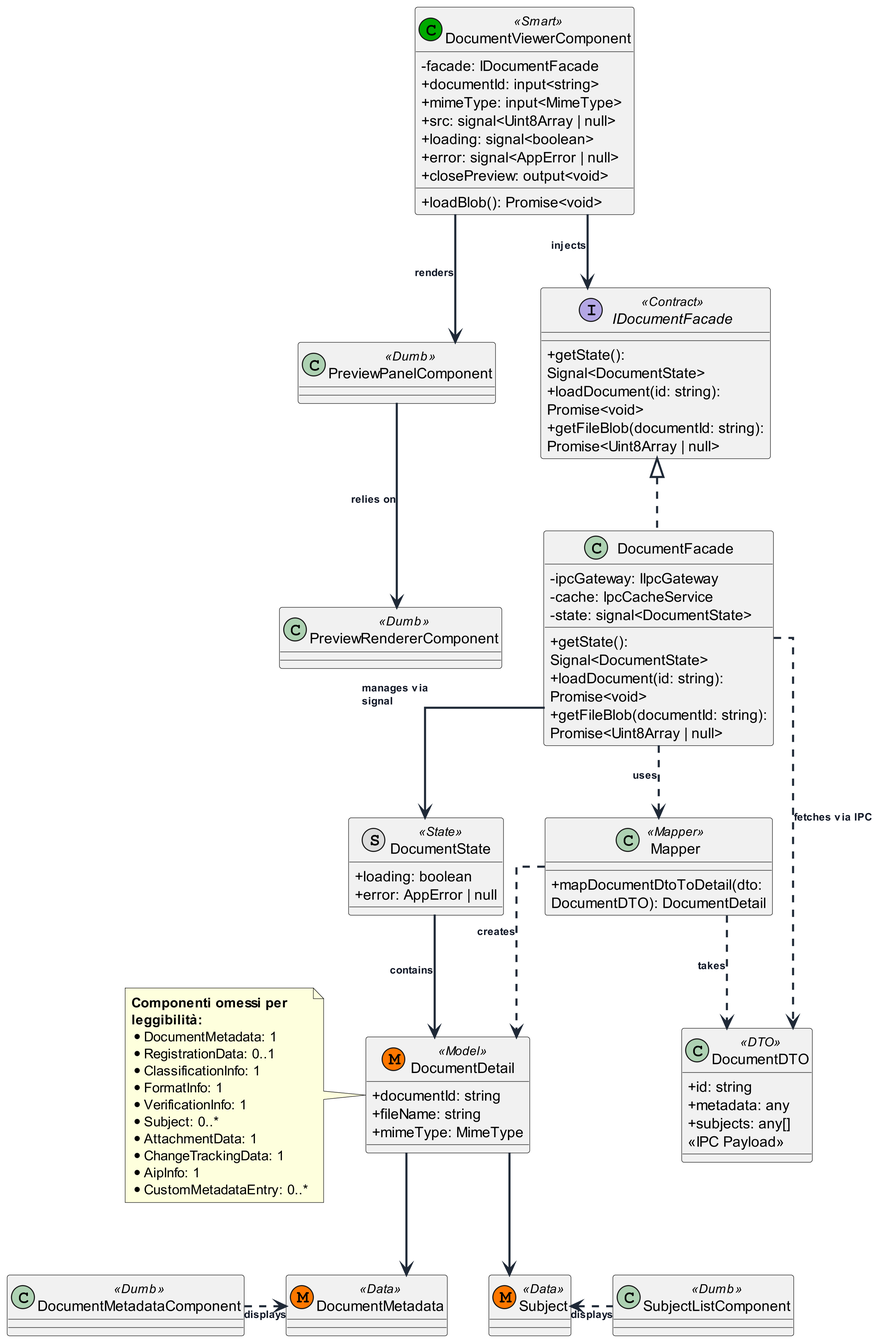
Earlier version of the PlantUML export 3_PB/DocumentiEsterni/DiagrammiSpecificaTecnica/generated_/architecture/c1-c3/C4-Document.png (7-ZPUs/Docs). Source of this version:
```plantuml
@startuml
skinparam dpi 300

skinparam classAttributeIconSize 0
skinparam nodesep 40
skinparam ranksep 70
skinparam classAttributeIconSize 0
skinparam shadowing false
skinparam linetype ortho
skinparam ArrowThickness 2
skinparam ArrowColor #1F2937
skinparam ArrowFontColor #111827
skinparam ArrowFontSize 10
skinparam ArrowFontStyle bold
skinparam defaultTextAlignment left
skinparam wrapWidth 220
skinparam maxMessageSize 80
skinparam handwritten false
skinparam packageStyle rectangle
allowmixing


class DocumentViewerComponent << (C,#00AA00) Smart >> {
  - facade: IDocumentFacade
  + documentId: input<string>
  + mimeType: input<MimeType>
  + src: signal<Uint8Array | null>
  + loading: signal<boolean>
  + error: signal<AppError | null>
  + closePreview: output<void>
  + loadBlob(): Promise<void>
}



  class PreviewPanelComponent << Dumb >>
  class PreviewRendererComponent << Dumb >>

  class DocumentMetadataComponent << Dumb >>

  class SubjectListComponent << Dumb >>


DocumentViewerComponent --> PreviewPanelComponent : renders
PreviewPanelComponent --> PreviewRendererComponent : relies on

interface IDocumentFacade << Contract >> {
  + getState(): Signal<DocumentState>
  + loadDocument(id: string): Promise<void>
  + getFileBlob(documentId: string): Promise<Uint8Array | null>
}

class DocumentFacade implements IDocumentFacade {
  - ipcGateway: IIpcGateway
  - cache: IpcCacheService
  - state: signal<DocumentState>
  + getState(): Signal<DocumentState>
  + loadDocument(id: string): Promise<void>
  + getFileBlob(documentId: string): Promise<Uint8Array | null>
}



DocumentViewerComponent --> IDocumentFacade : injects


class Mapper << Mapper >> {
  + mapDocumentDtoToDetail(dto: DocumentDTO): DocumentDetail
}

class DocumentDTO << DTO >> {
  + id: string
  + metadata: any
  + subjects: any[]
  << IPC Payload >>
}

DocumentFacade ..> Mapper : uses
DocumentFacade ..> DocumentDTO : fetches via IPC
Mapper ..> DocumentDTO : takes
Mapper ..> DocumentDetail : creates

class DocumentState << (S,#DDDDDD) State >> {
  + loading: boolean
  + error: AppError | null
}

class DocumentDetail << (M,#FF7700) Model >> {
  + documentId: string
  + fileName: string
  + mimeType: MimeType
}

note left of DocumentDetail
  <b>Componenti omessi per leggibilità:</b>
  * DocumentMetadata: 1
  * RegistrationData: 0..1
  * ClassificationInfo: 1
  * FormatInfo: 1
  * VerificationInfo: 1
  * Subject: 0..*
  * AttachmentData: 1
  * ChangeTrackingData: 1
  * AipInfo: 1
  * CustomMetadataEntry: 0..*
end note

class DocumentMetadata << (M,#FF7700) Data >>

class Subject << (M,#FF7700) Data >>

DocumentFacade --> DocumentState : manages via signal
DocumentState -->  DocumentDetail : contains

DocumentDetail --> DocumentMetadata


DocumentDetail --> Subject


DocumentMetadataComponent .right.> DocumentMetadata : displays


SubjectListComponent .left.> Subject : displays

@enduml
```
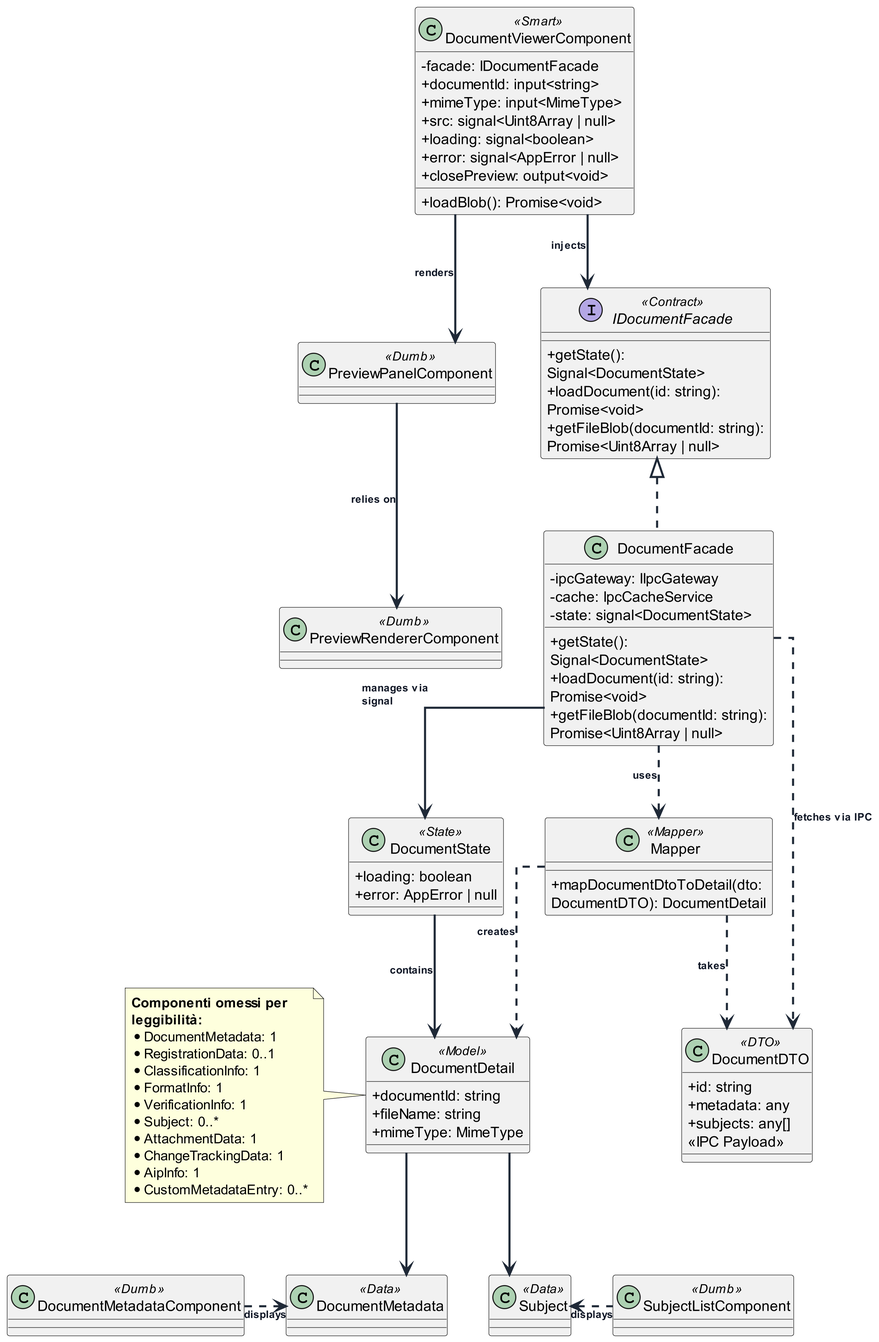
The same file after the commit.

The edit, as a diff of the source:
```diff
@@ -20,7 +20,7 @@
 allowmixing
 
 
-class DocumentViewerComponent << (C,#00AA00) Smart >> {
+class DocumentViewerComponent << Smart >> {
   - facade: IDocumentFacade
   + documentId: input<string>
   + mimeType: input<MimeType>
@@ -80,12 +80,12 @@
 Mapper ..> DocumentDTO : takes
 Mapper ..> DocumentDetail : creates
 
-class DocumentState << (S,#DDDDDD) State >> {
+class DocumentState << State >> {
   + loading: boolean
   + error: AppError | null
 }
 
-class DocumentDetail << (M,#FF7700) Model >> {
+class DocumentDetail << Model >> {
   + documentId: string
   + fileName: string
   + mimeType: MimeType
@@ -105,9 +105,9 @@
   * CustomMetadataEntry: 0..*
 end note
 
-class DocumentMetadata << (M,#FF7700) Data >>
+class DocumentMetadata << Data >>
 
-class Subject << (M,#FF7700) Data >>
+class Subject << Data >>
 
 DocumentFacade --> DocumentState : manages via signal
 DocumentState -->  DocumentDetail : contains
```
